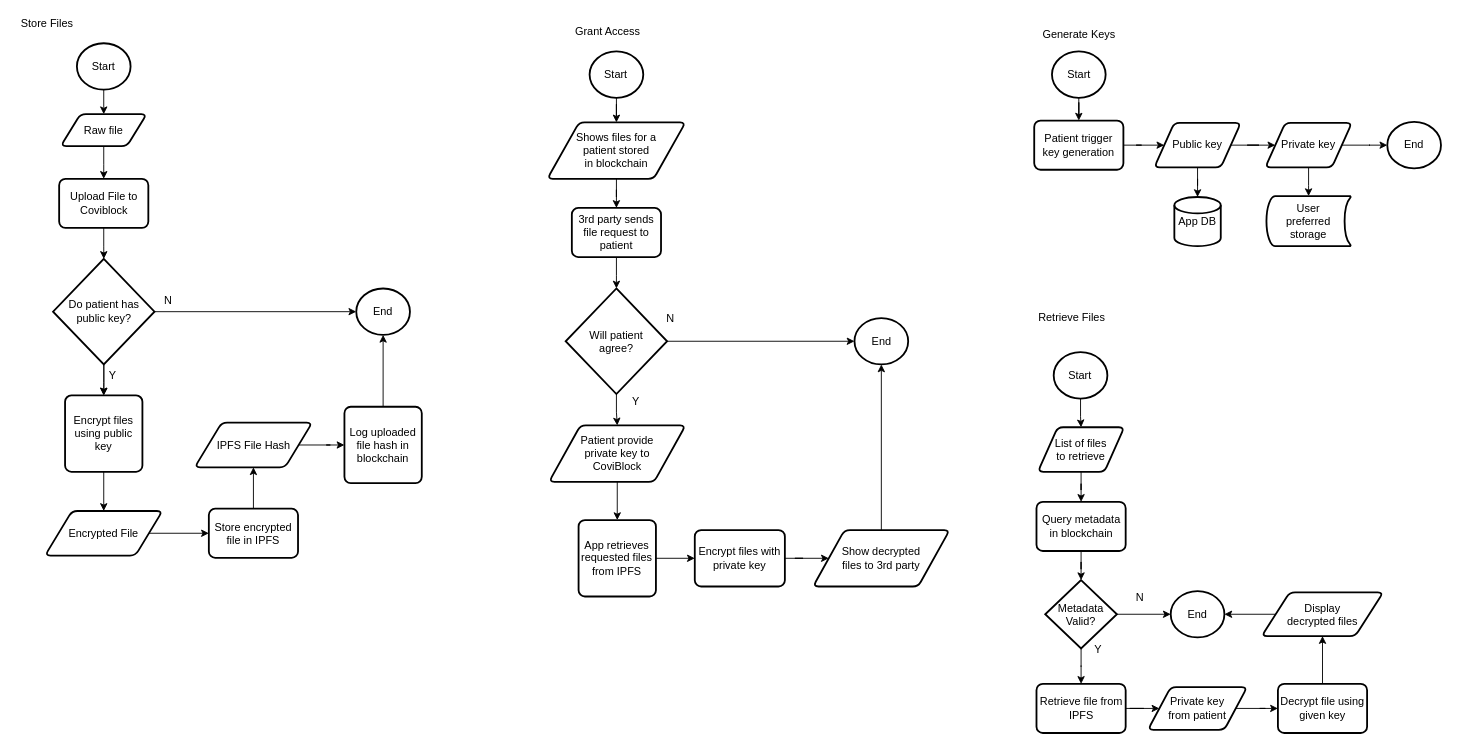
This is jeng/diagrams/flowcharts.drawio from jengfad/capstone, a draw.io file, before an edit. Source tidied: cells renumbered, new cells numbered last; positions are measured from the earlier drawing's top-left corner, leaving out a move shared by most shapes. Both pictures are drawn from the tidied source at 91%, with x=0, y=0 at pixel (15, 15).
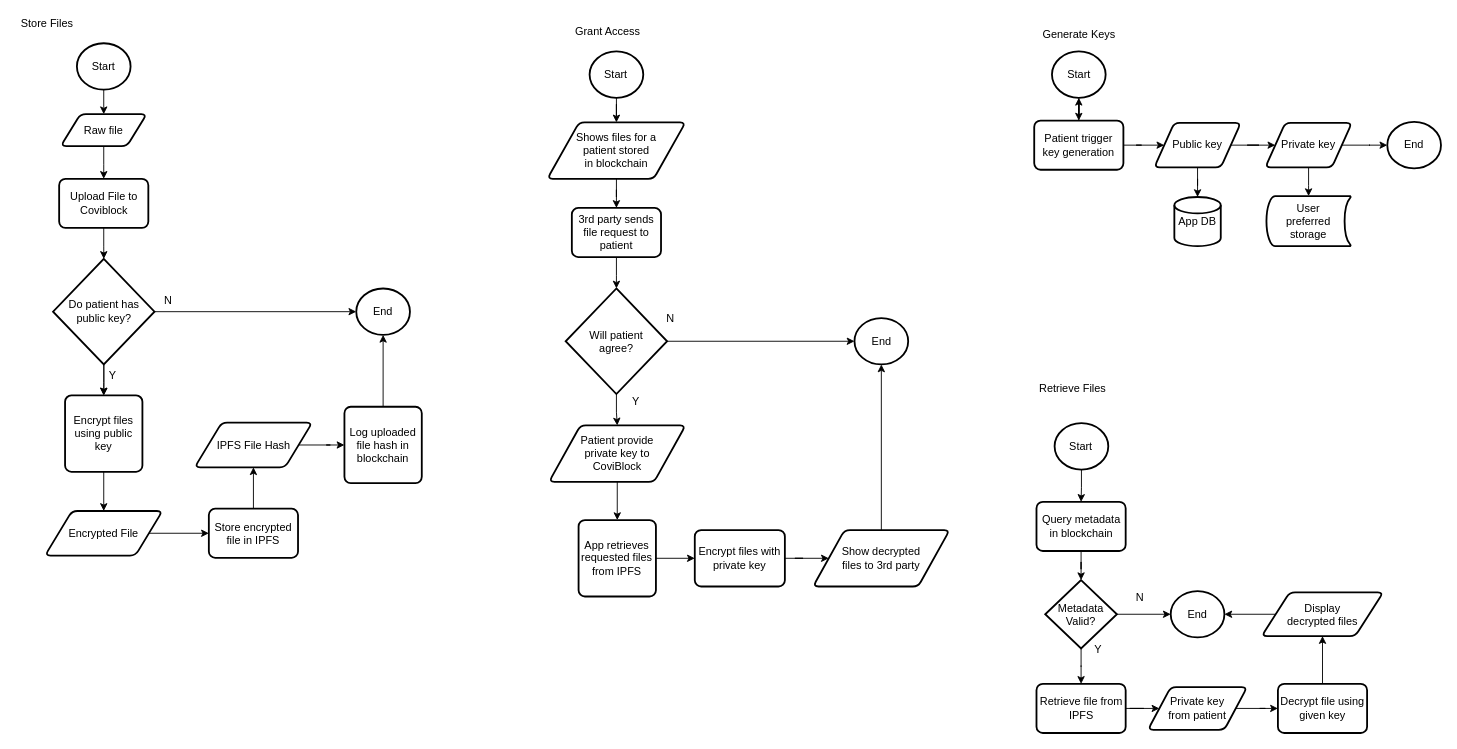
The same diagram, later.

Unchanged cells that the change refers to:
```xml
<mxCell id="50" value="Start" style="strokeWidth=2;html=1;shape=mxgraph.flowchart.start_2;whiteSpace=wrap;" parent="1" vertex="1">
  <mxGeometry x="1138.5" y="39" width="59" height="51" as="geometry" />
</mxCell>
<mxCell id="52" value="Patient trigger key generation" style="rounded=1;whiteSpace=wrap;html=1;absoluteArcSize=1;arcSize=14;strokeWidth=2;" parent="1" vertex="1">
  <mxGeometry x="1119" y="115" width="98" height="54" as="geometry" />
</mxCell>
<mxCell id="68" value="Query metadata in blockchain" style="rounded=1;whiteSpace=wrap;html=1;absoluteArcSize=1;arcSize=14;strokeWidth=2;" parent="1" vertex="1">
  <mxGeometry x="1121.5" y="534" width="98" height="54" as="geometry" />
</mxCell>
```

Change to the diagram source:
```diff
@@
+    <mxCell id="83" style="edgeStyle=orthogonalEdgeStyle;rounded=0;jettySize=auto;html=1;" parent="1" edge="1" source="52" target="50">
+      <mxGeometry relative="1" as="geometry" />
+    </mxCell>
@@
     <mxCell id="62" value="Retrieve Files" style="text;html=1;align=center;verticalAlign=middle;strokeColor=none;" parent="1" vertex="1">
-      <mxGeometry x="1118" y="323" width="84" height="18" as="geometry" />
+      <mxGeometry x="1119" y="401" width="84" height="18" as="geometry" />
     </mxCell>
-    <mxCell id="63" style="edgeStyle=orthogonalEdgeStyle;rounded=0;jettySize=auto;html=1;" parent="1" edge="1" source="64" target="66">
-      <mxGeometry relative="1" as="geometry" />
-    </mxCell>
+    <mxCell id="84" style="edgeStyle=orthogonalEdgeStyle;rounded=0;jettySize=auto;html=1;" parent="1" edge="1" source="64" target="68">
+      <mxGeometry relative="1" as="geometry" />
+    </mxCell>
     <mxCell id="64" value="Start" style="strokeWidth=2;html=1;shape=mxgraph.flowchart.start_2;whiteSpace=wrap;" parent="1" vertex="1">
-      <mxGeometry x="1140.4" y="369.5" width="59" height="51" as="geometry" />
+      <mxGeometry x="1141.4" y="447.5" width="59" height="51" as="geometry" />
     </mxCell>
-    <mxCell id="65" style="edgeStyle=orthogonalEdgeStyle;rounded=0;jettySize=auto;html=1;entryX=0.5;entryY=0;entryDx=0;entryDy=0;" parent="1" edge="1" source="66" target="68">
-      <mxGeometry relative="1" as="geometry" />
-    </mxCell>
-    <mxCell id="66" value="List of files &lt;br&gt;to retrieve" style="shape=parallelogram;html=1;strokeWidth=2;perimeter=parallelogramPerimeter;whiteSpace=wrap;rounded=1;arcSize=12;size=0.23;" parent="1" vertex="1">
-      <mxGeometry x="1123" y="452" width="95" height="49" as="geometry" />
-    </mxCell>
```
